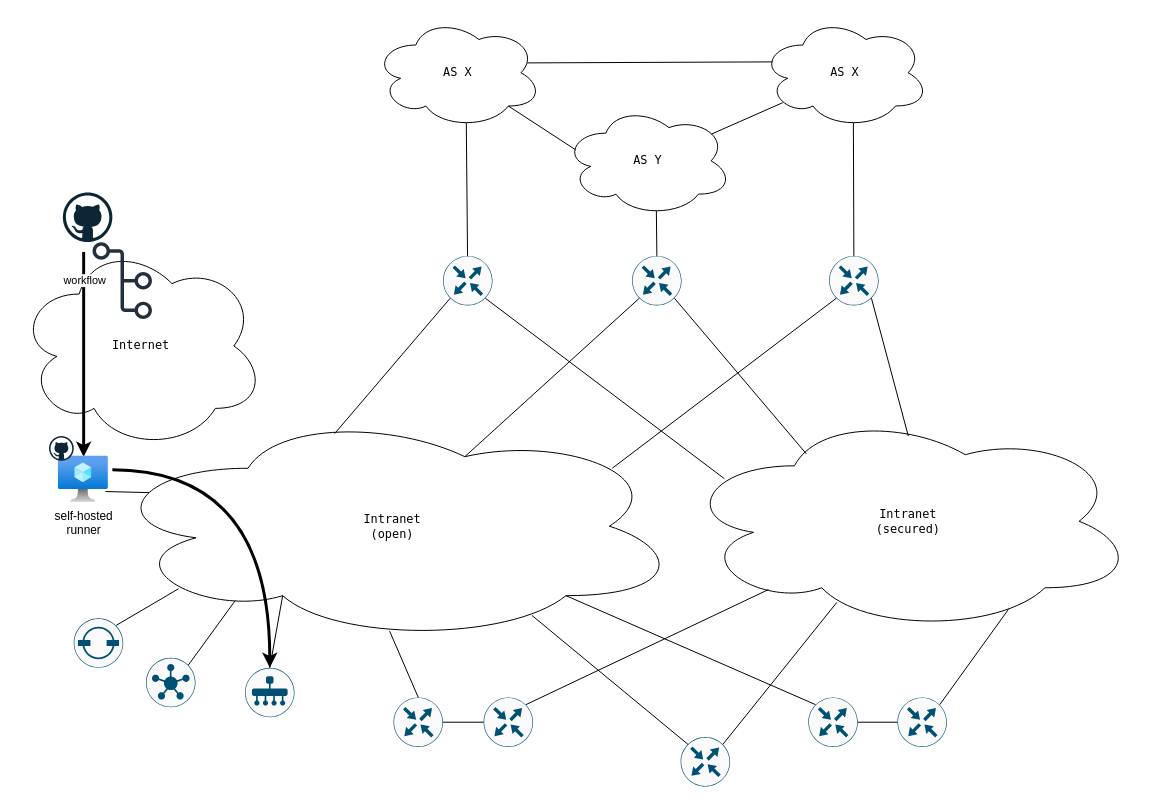
Above: drawings/lab_v04.drawio in pawel80/IaC-SDWAN-deployment (draw.io), before the change. Source tidied: cells renumbered, new cells numbered last; positions are measured from the earlier drawing's top-left corner, leaving out a move shared by most shapes. Both pictures are drawn from the tidied source at 99%, with x=0, y=0 at pixel (17, 17).
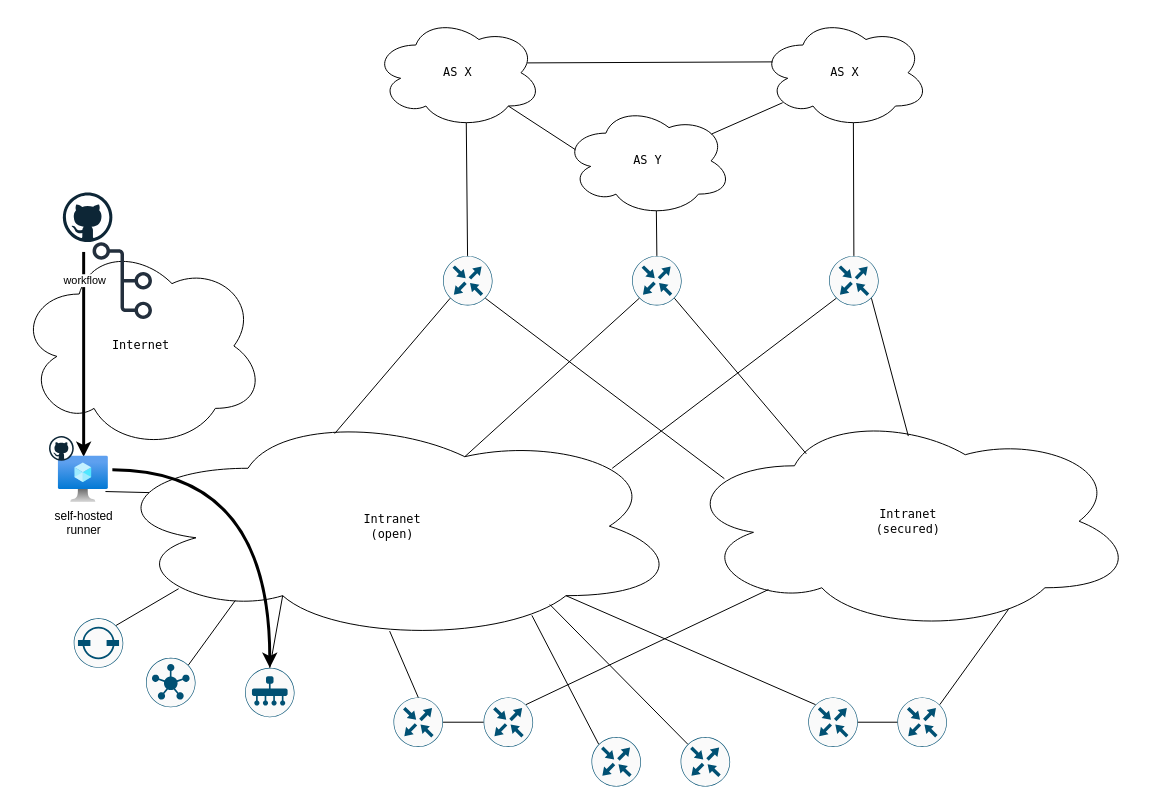
After the change.

The change refers to these unchanged cells:
```xml
<mxCell id="3" value="Intranet&lt;div&gt;(open)&lt;/div&gt;" style="ellipse;shape=cloud;whiteSpace=wrap;html=1;labelBackgroundColor=none;fontFamily=Lucida Console;" parent="1" vertex="1">
  <mxGeometry x="87" y="397" width="584" height="234" as="geometry" />
</mxCell>
<mxCell id="18" value="Intranet&lt;div&gt;(secured)&lt;/div&gt;" style="ellipse;shape=cloud;whiteSpace=wrap;html=1;labelBackgroundColor=none;fontFamily=Lucida Console;" parent="1" vertex="1">
  <mxGeometry x="670" y="397" width="460" height="224" as="geometry" />
</mxCell>
```

Change to the diagram source:
```diff
@@
     <mxCell id="38" style="sketch=0;points=[[0.5,0,0],[1,0.5,0],[0.5,1,0],[0,0.5,0],[0.145,0.145,0],[0.8555,0.145,0],[0.855,0.8555,0],[0.145,0.855,0]];verticalLabelPosition=bottom;html=1;verticalAlign=top;align=center;shape=mxgraph.cisco19.rect;prIcon=router;fillColor=#FAFAFA;strokeColor=#005073;" parent="1" vertex="1">
-      <mxGeometry x="670" y="727" width="50" height="50" as="geometry" />
+      <mxGeometry x="580" y="727" width="50" height="50" as="geometry" />
     </mxCell>
-    <mxCell id="39" style="endArrow=none;html=1;rounded=0;exitX=0.8555;exitY=0.145;exitDx=0;exitDy=0;exitPerimeter=0;entryX=0.343;entryY=0.866;entryDx=0;entryDy=0;entryPerimeter=0;" parent="1" edge="1" source="38" target="18">
-      <mxGeometry relative="1" as="geometry" />
-    </mxCell>
@@
+    <mxCell id="50" style="sketch=0;points=[[0.5,0,0],[1,0.5,0],[0.5,1,0],[0,0.5,0],[0.145,0.145,0],[0.8555,0.145,0],[0.855,0.8555,0],[0.145,0.855,0]];verticalLabelPosition=bottom;html=1;verticalAlign=top;align=center;shape=mxgraph.cisco19.rect;prIcon=router;fillColor=#FAFAFA;strokeColor=#005073;" parent="1" vertex="1">
+      <mxGeometry x="670" y="727" width="50" height="50" as="geometry" />
+    </mxCell>
+    <mxCell id="51" style="endArrow=none;html=1;rounded=0;exitX=0.145;exitY=0.145;exitDx=0;exitDy=0;exitPerimeter=0;entryX=0.772;entryY=0.838;entryDx=0;entryDy=0;entryPerimeter=0;" parent="1" edge="1" source="50" target="3">
+      <mxGeometry relative="1" as="geometry" />
+    </mxCell>
```
